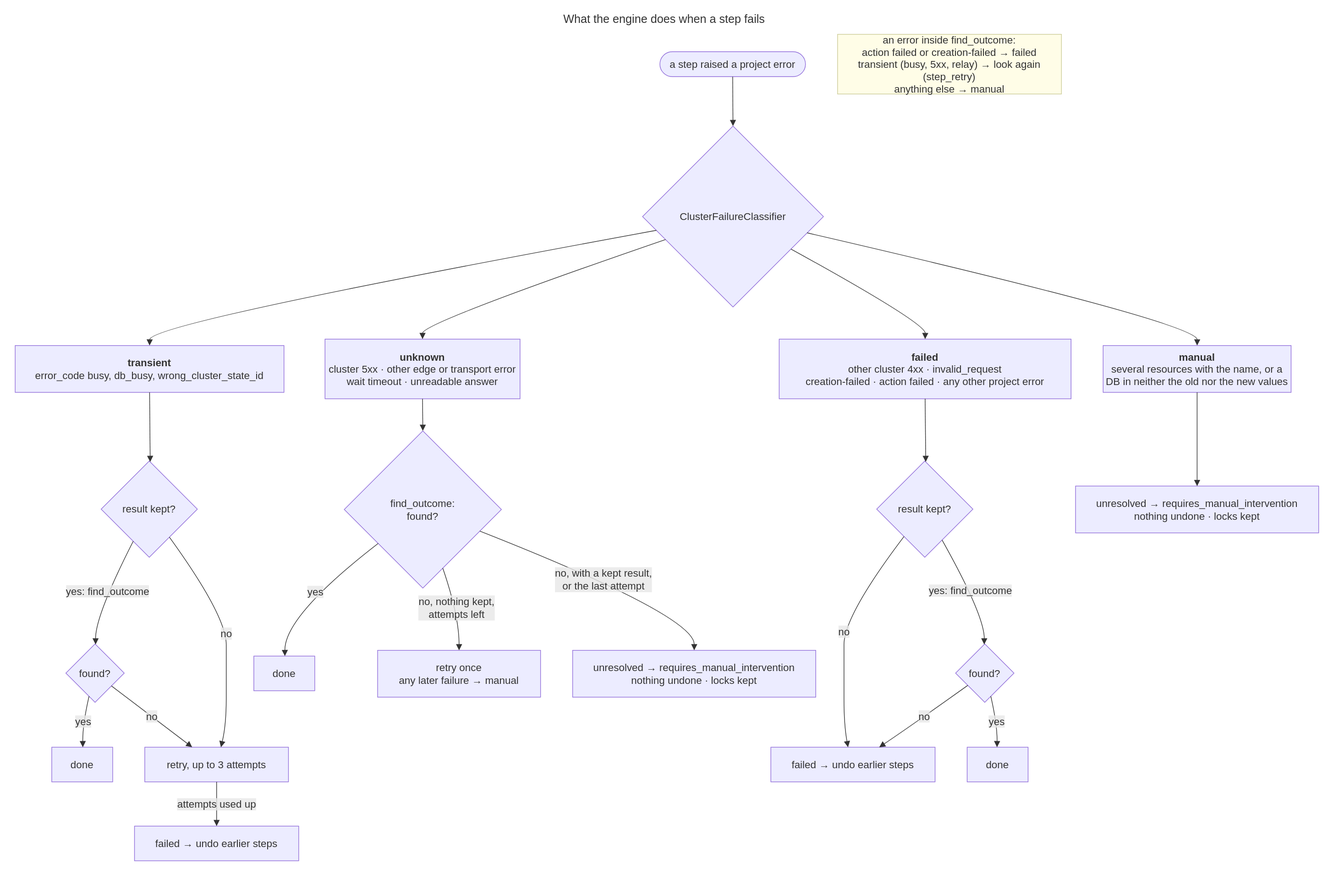
EliShteinman/redis-enterprise-services keeps this draw.io diagram as docs/diagrams/14-flow-failure-classification.drawio.svg. Above is the earlier version. Source tidied: cells renumbered, new cells last; positions are measured from the earlier drawing's top-left corner, leaving out a move shared by most shapes.
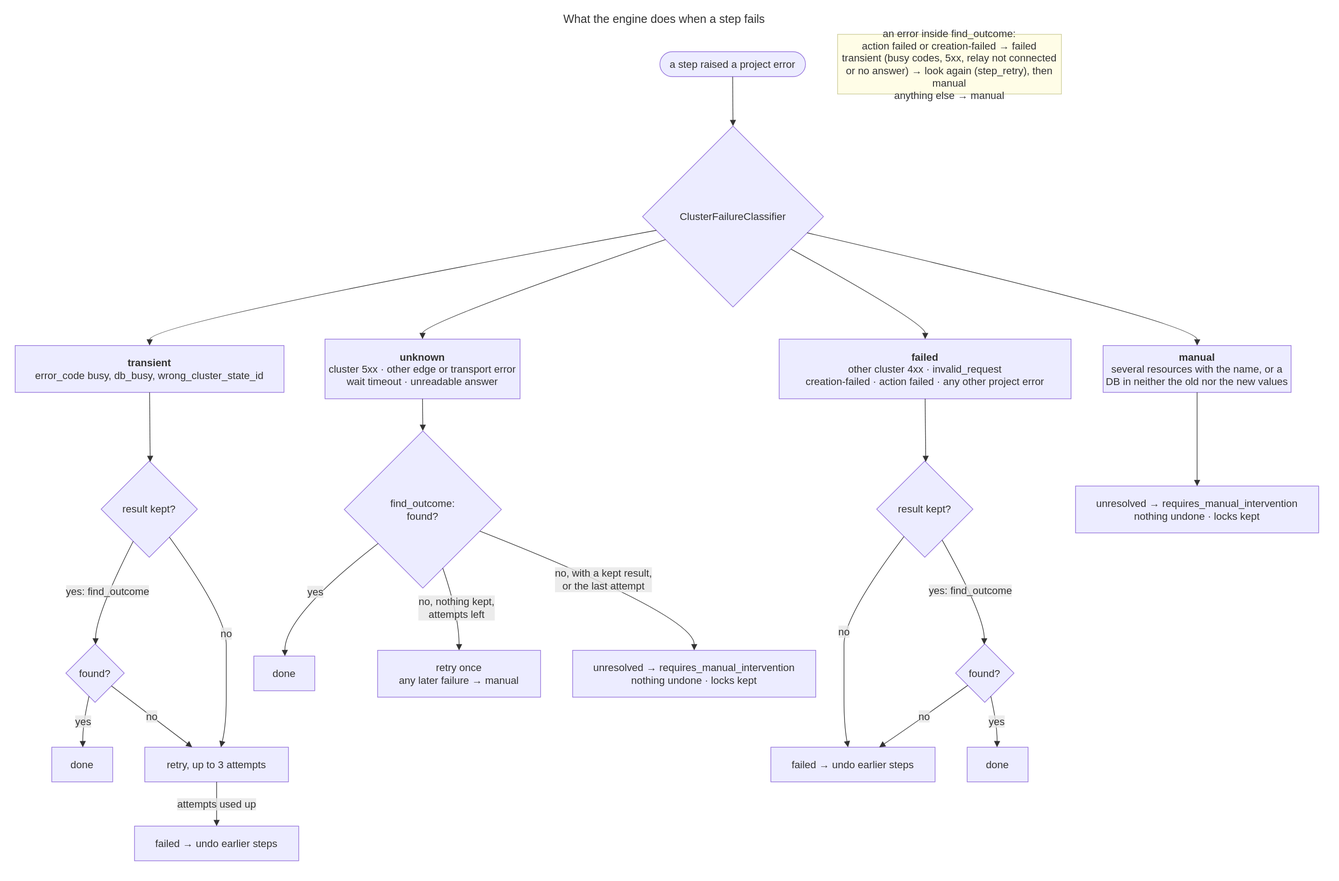
After the commit.

Commit message:
docs: lookup retry in the failure table, schema enum wording, unreadable record in diagram 17

Change to the diagram source:
```diff
@@ -62,7 +62,7 @@
     <mxCell id="21" value="unresolved → requires_manual_intervention&#10;nothing undone · locks kept" style="html=1;whiteSpace=wrap;strokeWidth=1;fillColor=light-dark(#ECECFF,#1f2020);strokeColor=light-dark(#9370DB,#cccccc);fontColor=light-dark(#333333,#cccccc);fontFamily=Trebuchet MS,Verdana,Arial,sans-serif;fontSize=16;" parent="1" vertex="1">
       <mxGeometry x="1661" y="742" width="379" height="73" as="geometry" />
     </mxCell>
-    <mxCell id="22" value="an error inside find_outcome:&#10;action failed or creation-failed → failed&#10;transient (busy, 5xx, relay) → look again (step_retry)&#10;anything else → manual" style="html=1;whiteSpace=wrap;strokeWidth=1;fillColor=#fffde7;strokeColor=#cccc99;fontColor=light-dark(#333333,#cccccc);fontFamily=Trebuchet MS,Verdana,Arial,sans-serif;fontSize=16;" parent="1" vertex="1">
+    <mxCell id="22" value="an error inside find_outcome:&#10;action failed or creation-failed → failed&#10;transient (busy codes, 5xx, relay not connected or no answer) → look again (step_retry), then manual&#10;anything else → manual" style="html=1;whiteSpace=wrap;strokeWidth=1;fillColor=#fffde7;strokeColor=#cccc99;fontColor=light-dark(#333333,#cccccc);fontFamily=Trebuchet MS,Verdana,Arial,sans-serif;fontSize=16;" parent="1" vertex="1">
       <mxGeometry x="1290" y="38" width="349" height="93" as="geometry" />
     </mxCell>
     <mxCell id="23" style="curved=1;startArrow=none;endArrow=block;endSize=7;strokeColor=light-dark(#333333,#cccccc);exitX=0.5;exitY=1;entryX=0.5;entryY=0;" parent="1" edge="1" source="2" target="3">
```
